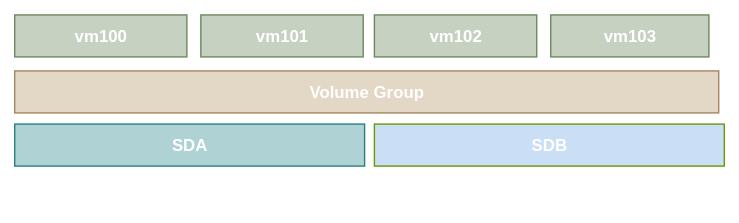
The draw.io diagram static/img/Virtu/LVM_D.svg in gabgaud/gabgaud.github.io, before a commit. Source tidied: cells renumbered, new cells last; positions are measured from the earlier drawing's top-left corner, leaving out a move shared by most shapes.
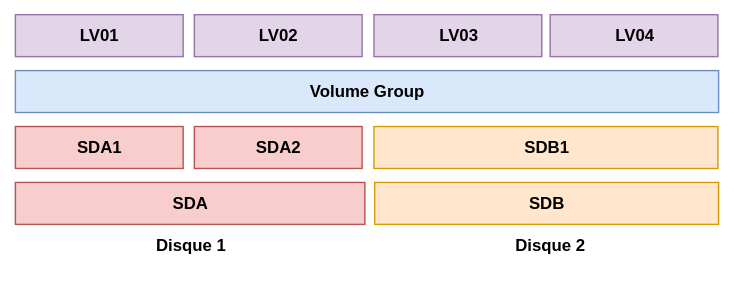
The same file after the commit.

The edit, as a diff of the source:
```diff
@@ -2,32 +2,41 @@
   <root>
     <mxCell id="0" />
     <mxCell id="1" parent="0" />
-    <mxCell id="2" value="&lt;b&gt;SDA&lt;/b&gt;" style="rounded=0;whiteSpace=wrap;html=1;fillColor=#f8cecc;strokeColor=#b85450;" parent="1" vertex="1">
+    <mxCell id="2" value="&lt;b&gt;&lt;font style=&quot;color: light-dark(rgb(0, 0, 0), rgb(0, 0, 0));&quot;&gt;SDA&lt;/font&gt;&lt;/b&gt;" style="rounded=0;whiteSpace=wrap;html=1;fillColor=light-dark(#F8CECC,#F8CECC);strokeColor=light-dark(#B85450,#B85450);" parent="1" vertex="1">
       <mxGeometry y="78" width="250" height="30" as="geometry" />
     </mxCell>
-    <mxCell id="3" value="&lt;b&gt;SDB&lt;/b&gt;" style="rounded=0;whiteSpace=wrap;html=1;fillColor=#ffe6cc;strokeColor=#d79b00;" parent="1" vertex="1">
-      <mxGeometry x="257" y="78" width="250" height="30" as="geometry" />
+    <mxCell id="3" value="&lt;b&gt;&lt;font style=&quot;color: light-dark(rgb(0, 0, 0), rgb(0, 0, 0));&quot;&gt;SDB&lt;/font&gt;&lt;/b&gt;" style="rounded=0;whiteSpace=wrap;html=1;fillColor=light-dark(#FFE6CC,#FFE6CC);strokeColor=light-dark(#D79B00,#D79B00);" parent="1" vertex="1">
+      <mxGeometry x="257" y="78" width="246" height="30" as="geometry" />
     </mxCell>
-    <mxCell id="4" value="Disque 1" style="text;html=1;align=center;verticalAlign=middle;strokeColor=none;fillColor=none;fontStyle=1;" parent="1" vertex="1">
+    <mxCell id="4" value="&lt;font style=&quot;color: light-dark(rgb(0, 0, 0), rgb(255, 255, 255));&quot;&gt;Disque 1&lt;/font&gt;" style="text;html=1;align=center;verticalAlign=middle;strokeColor=none;fillColor=none;fontStyle=1;" parent="1" vertex="1">
       <mxGeometry x="90" y="108" width="70" height="30" as="geometry" />
     </mxCell>
-    <mxCell id="5" value="Disque 2" style="text;html=1;align=center;verticalAlign=middle;strokeColor=none;fillColor=none;fontStyle=1;" parent="1" vertex="1">
+    <mxCell id="5" value="&lt;font style=&quot;color: light-dark(rgb(0, 0, 0), rgb(255, 255, 255));&quot;&gt;Disque 2&lt;/font&gt;" style="text;html=1;align=center;verticalAlign=middle;strokeColor=none;fillColor=none;fontStyle=1;" parent="1" vertex="1">
       <mxGeometry x="347" y="108" width="70" height="30" as="geometry" />
     </mxCell>
+    <mxCell id="11" value="&lt;b&gt;&lt;font style=&quot;color: light-dark(rgb(0, 0, 0), rgb(0, 0, 0));&quot;&gt;SDA1&lt;/font&gt;&lt;/b&gt;" style="rounded=0;whiteSpace=wrap;html=1;fillColor=light-dark(#F8CECC,#F8CECC);strokeColor=light-dark(#B85450,#B85450);" parent="1" vertex="1">
+      <mxGeometry y="38" width="120" height="30" as="geometry" />
+    </mxCell>
+    <mxCell id="12" value="&lt;b&gt;&lt;font style=&quot;color: light-dark(rgb(0, 0, 0), rgb(0, 0, 0));&quot;&gt;SDA2&lt;/font&gt;&lt;/b&gt;" style="rounded=0;whiteSpace=wrap;html=1;fillColor=light-dark(#F8CECC,#F8CECC);strokeColor=light-dark(#B85450,#B85450);" parent="1" vertex="1">
+      <mxGeometry x="128" y="38" width="120" height="30" as="geometry" />
+    </mxCell>
+    <mxCell id="13" value="&lt;b&gt;&lt;font style=&quot;color: light-dark(rgb(0, 0, 0), rgb(0, 0, 0));&quot;&gt;SDB1&lt;/font&gt;&lt;/b&gt;" style="rounded=0;whiteSpace=wrap;html=1;fillColor=light-dark(#FFE6CC,#FFE6CC);strokeColor=light-dark(#D79B00,#D79B00);" parent="1" vertex="1">
+      <mxGeometry x="256.5" y="38" width="246" height="30" as="geometry" />
+    </mxCell>
-    <mxCell id="6" value="&lt;b&gt;Volume Group&lt;/b&gt;" style="rounded=0;whiteSpace=wrap;html=1;fillColor=#dae8fc;strokeColor=#6c8ebf;" parent="1" vertex="1">
-      <mxGeometry y="40" width="503" height="30" as="geometry" />
+    <mxCell id="6" value="&lt;b&gt;&lt;font style=&quot;color: light-dark(rgb(0, 0, 0), rgb(0, 0, 0));&quot;&gt;Volume Group&lt;/font&gt;&lt;/b&gt;" style="rounded=0;whiteSpace=wrap;html=1;fillColor=light-dark(#DAE8FC,#DAE8FC);strokeColor=light-dark(#6C8EBF,#6C8EBF);" parent="1" vertex="1">
+      <mxGeometry y="-2" width="503" height="30" as="geometry" />
     </mxCell>
-    <mxCell id="7" value="&lt;b&gt;vm100&lt;/b&gt;" style="rounded=0;whiteSpace=wrap;html=1;fillColor=#e1d5e7;strokeColor=#9673a6;" parent="1" vertex="1">
-      <mxGeometry width="123" height="30" as="geometry" />
-    </mxCell>
-    <mxCell id="8" value="&lt;b&gt;vm101&lt;/b&gt;" style="rounded=0;whiteSpace=wrap;html=1;fillColor=#e1d5e7;strokeColor=#9673a6;" parent="1" vertex="1">
-      <mxGeometry x="133" width="116" height="30" as="geometry" />
-    </mxCell>
-    <mxCell id="9" value="&lt;b&gt;vm102&lt;/b&gt;" style="rounded=0;whiteSpace=wrap;html=1;fillColor=#e1d5e7;strokeColor=#9673a6;" parent="1" vertex="1">
-      <mxGeometry x="257" width="116" height="30" as="geometry" />
-    </mxCell>
-    <mxCell id="10" value="&lt;b&gt;vm103&lt;/b&gt;" style="rounded=0;whiteSpace=wrap;html=1;fillColor=#e1d5e7;strokeColor=#9673a6;" parent="1" vertex="1">
-      <mxGeometry x="383" width="113" height="30" as="geometry" />
-    </mxCell>
+    <mxCell id="14" value="&lt;font style=&quot;color: light-dark(rgb(0, 0, 0), rgb(0, 0, 0));&quot;&gt;&lt;b&gt;LV01&lt;/b&gt;&lt;/font&gt;" style="rounded=0;whiteSpace=wrap;html=1;fillColor=light-dark(#E1D5E7,#E1D5E7);strokeColor=light-dark(#9673A6,#9673A6);" parent="1" vertex="1">
+      <mxGeometry y="-42" width="120" height="30" as="geometry" />
+    </mxCell>
+    <mxCell id="15" value="&lt;font style=&quot;color: light-dark(rgb(0, 0, 0), rgb(0, 0, 0));&quot;&gt;&lt;b&gt;LV02&lt;/b&gt;&lt;/font&gt;" style="rounded=0;whiteSpace=wrap;html=1;fillColor=light-dark(#E1D5E7,#E1D5E7);strokeColor=light-dark(#9673A6,#9673A6);" parent="1" vertex="1">
+      <mxGeometry x="128" y="-42" width="120" height="30" as="geometry" />
+    </mxCell>
+    <mxCell id="16" value="&lt;font style=&quot;color: light-dark(rgb(0, 0, 0), rgb(0, 0, 0));&quot;&gt;&lt;b&gt;LV03&lt;/b&gt;&lt;/font&gt;" style="rounded=0;whiteSpace=wrap;html=1;fillColor=light-dark(#E1D5E7,#E1D5E7);strokeColor=light-dark(#9673A6,#9673A6);" parent="1" vertex="1">
+      <mxGeometry x="256.5" y="-42" width="120" height="30" as="geometry" />
+    </mxCell>
+    <mxCell id="17" value="&lt;font style=&quot;color: light-dark(rgb(0, 0, 0), rgb(0, 0, 0));&quot;&gt;&lt;b&gt;LV04&lt;/b&gt;&lt;/font&gt;" style="rounded=0;whiteSpace=wrap;html=1;fillColor=light-dark(#E1D5E7,#E1D5E7);strokeColor=light-dark(#9673A6,#9673A6);" parent="1" vertex="1">
+      <mxGeometry x="382.5" y="-42" width="120" height="30" as="geometry" />
+    </mxCell>
   </root>
 </mxGraphModel>
```
